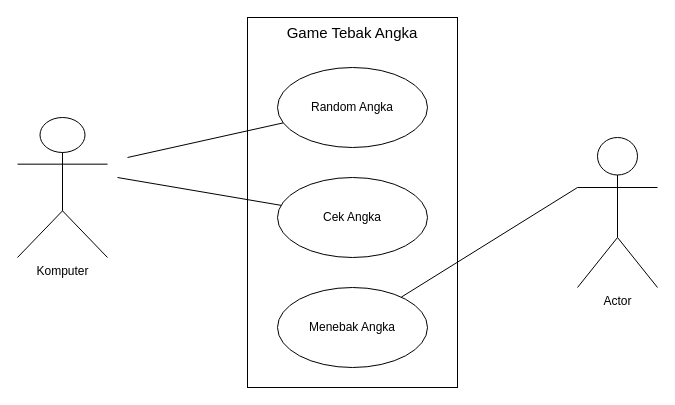
Before: use case .drawio in sofwatuljmilah/jobsheet1, a draw.io diagram. Source tidied: cells renumbered, new cells numbered last; positions are measured from the earlier drawing's top-left corner, leaving out a move shared by most shapes. Both pictures are drawn from the tidied source at 100%, with x=0, y=0 at pixel (17, 17).
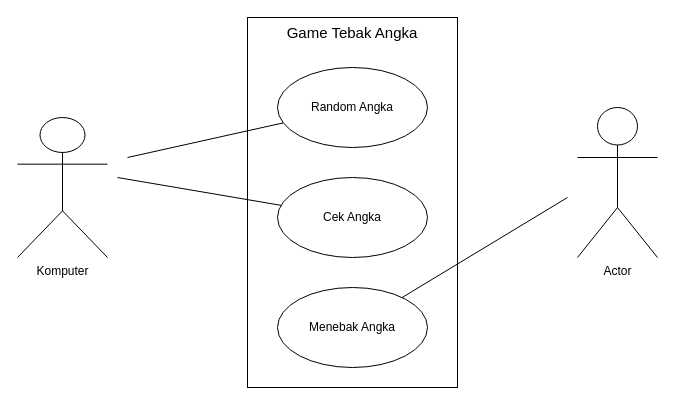
Above is the later version.

Commit message:
membuat use case tebak angka .drawio

The edit, as a diff of the source:
```diff
@@
 <mxGraphModel>
   <root>
     <mxCell id="0" />
     <mxCell id="1" parent="0" />
     <mxCell id="2" value="Game Tebak Angka" style="rounded=0;whiteSpace=wrap;html=1;verticalAlign=top;fontSize=15;" parent="1" vertex="1">
       <mxGeometry x="230" width="210" height="370" as="geometry" />
     </mxCell>
     <mxCell id="3" value="Random Angka" style="ellipse;whiteSpace=wrap;html=1;" parent="1" vertex="1">
       <mxGeometry x="260" y="50" width="150" height="80" as="geometry" />
     </mxCell>
     <mxCell id="4" value="Menebak Angka" style="ellipse;whiteSpace=wrap;html=1;" parent="1" vertex="1">
       <mxGeometry x="260" y="270" width="150" height="80" as="geometry" />
     </mxCell>
     <mxCell id="5" value="Cek Angka" style="ellipse;whiteSpace=wrap;html=1;" parent="1" vertex="1">
       <mxGeometry x="260" y="160" width="150" height="80" as="geometry" />
     </mxCell>
     <mxCell id="6" value="Komputer" style="shape=umlActor;verticalLabelPosition=bottom;verticalAlign=top;html=1;" parent="1" vertex="1">
       <mxGeometry y="100" width="90" height="140" as="geometry" />
     </mxCell>
     <mxCell id="7" value="Actor" style="shape=umlActor;verticalLabelPosition=bottom;verticalAlign=top;html=1;outlineConnect=0;" parent="1" vertex="1">
-      <mxGeometry x="560" y="120" width="80" height="150" as="geometry" />
+      <mxGeometry x="560" y="90" width="80" height="150" as="geometry" />
     </mxCell>
     <mxCell id="8" style="endArrow=none;html=1;rounded=0;" parent="1" edge="1" target="3">
       <mxGeometry relative="1" as="geometry">
         <mxPoint x="110" y="140" as="sourcePoint" />
       </mxGeometry>
     </mxCell>
     <mxCell id="9" style="endArrow=none;html=1;rounded=0;" parent="1" edge="1" target="5">
       <mxGeometry relative="1" as="geometry">
         <mxPoint x="100" y="160" as="sourcePoint" />
       </mxGeometry>
     </mxCell>
-    <mxCell id="10" style="endArrow=none;html=1;rounded=0;exitX=0;exitY=0.3333333333333333;exitDx=0;exitDy=0;exitPerimeter=0;" parent="1" edge="1" source="7" target="4">
-      <mxGeometry relative="1" as="geometry" />
+    <mxCell id="10" style="endArrow=none;html=1;rounded=0;" parent="1" edge="1" target="4">
+      <mxGeometry relative="1" as="geometry">
+        <mxPoint x="550" y="180" as="sourcePoint" />
+      </mxGeometry>
     </mxCell>
   </root>
 </mxGraphModel>
```
